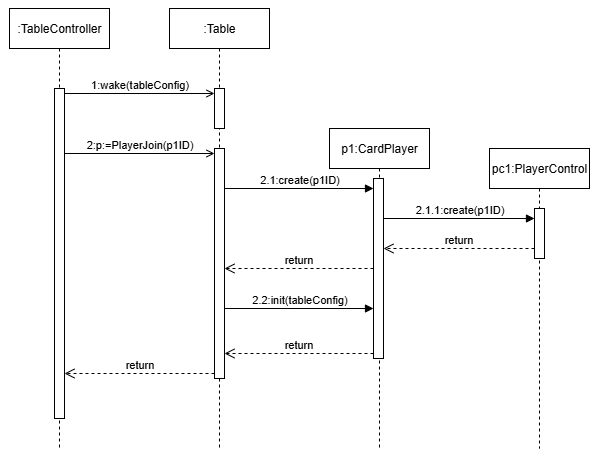
Jerry-Yu-TeslaCoil/Texas-Hold-em keeps this draw.io diagram as src/main/resources/img/InitTable.png. Above is the earlier version. Source tidied: cells renumbered, new cells last; positions are measured from the earlier drawing's top-left corner, leaving out a move shared by most shapes.
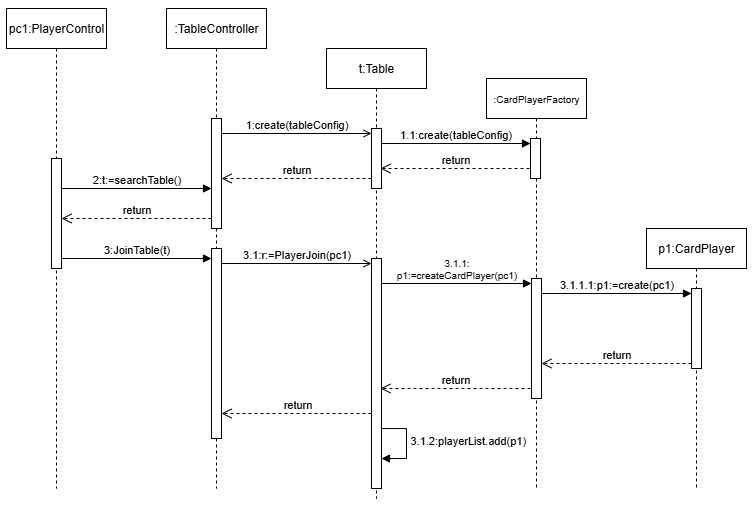
After the commit.

Commit message:
feat: Add CardPlayerFactory, PlayerList remove by controller

Change to the diagram source:
```diff
@@ -2,74 +2,116 @@
   <root>
     <mxCell id="0" />
     <mxCell id="1" parent="0" />
-    <mxCell id="2" value=":Table" style="shape=umlLifeline;perimeter=lifelinePerimeter;whiteSpace=wrap;html=1;newEdgeStyle={&quot;curved&quot;:0,&quot;rounded&quot;:0};size=40;" parent="1" vertex="1">
-      <mxGeometry x="160" width="100" height="440" as="geometry" />
+    <mxCell id="2" value="t:Table" style="shape=umlLifeline;perimeter=lifelinePerimeter;whiteSpace=wrap;html=1;newEdgeStyle={&quot;curved&quot;:0,&quot;rounded&quot;:0};size=40;" parent="1" vertex="1">
+      <mxGeometry x="320" y="40" width="100" height="450" as="geometry" />
     </mxCell>
+    <mxCell id="20" style="html=1;points=[[0,0,0,0,5],[0,1,0,0,-5],[1,0,0,0,5],[1,1,0,0,-5]];perimeter=orthogonalPerimeter;outlineConnect=0;targetShapes=umlLifeline;portConstraint=eastwest;newEdgeStyle={&quot;curved&quot;:0,&quot;rounded&quot;:0};" parent="2" vertex="1">
+      <mxGeometry x="45" y="400" width="10" height="40" as="geometry" />
+    </mxCell>
+    <mxCell id="21" value="3.1.2:playerList.add(p1)" style="html=1;align=left;spacingLeft=2;endArrow=block;rounded=0;edgeStyle=orthogonalEdgeStyle;curved=0;rounded=0;" parent="2" edge="1" target="20">
+      <mxGeometry relative="1" as="geometry">
+        <mxPoint x="50" y="380" as="sourcePoint" />
+        <Array as="points">
+          <mxPoint x="80" y="410" />
+        </Array>
+      </mxGeometry>
+    </mxCell>
     <mxCell id="3" style="html=1;points=[[0,0,0,0,5],[0,1,0,0,-5],[1,0,0,0,5],[1,1,0,0,-5]];perimeter=orthogonalPerimeter;outlineConnect=0;targetShapes=umlLifeline;portConstraint=eastwest;newEdgeStyle={&quot;curved&quot;:0,&quot;rounded&quot;:0};" parent="2" vertex="1">
-      <mxGeometry x="45" y="80" width="10" height="40" as="geometry" />
+      <mxGeometry x="45" y="80" width="10" height="60" as="geometry" />
     </mxCell>
     <mxCell id="4" style="html=1;points=[[0,0,0,0,5],[0,1,0,0,-5],[1,0,0,0,5],[1,1,0,0,-5]];perimeter=orthogonalPerimeter;outlineConnect=0;targetShapes=umlLifeline;portConstraint=eastwest;newEdgeStyle={&quot;curved&quot;:0,&quot;rounded&quot;:0};" parent="2" vertex="1">
-      <mxGeometry x="45" y="140" width="10" height="230" as="geometry" />
+      <mxGeometry x="45" y="210" width="10" height="230" as="geometry" />
     </mxCell>
     <mxCell id="5" value="p1:CardPlayer" style="shape=umlLifeline;perimeter=lifelinePerimeter;whiteSpace=wrap;html=1;newEdgeStyle={&quot;curved&quot;:0,&quot;rounded&quot;:0};" parent="1" vertex="1">
-      <mxGeometry x="320" y="120" width="100" height="320" as="geometry" />
+      <mxGeometry x="640" y="220" width="100" height="260" as="geometry" />
     </mxCell>
-    <mxCell id="6" style="html=1;points=[[0,0,0,0,5],[0,1,0,0,-5],[1,0,0,0,5],[1,1,0,0,-5]];perimeter=orthogonalPerimeter;outlineConnect=0;targetShapes=umlLifeline;portConstraint=eastwest;newEdgeStyle={&quot;curved&quot;:0,&quot;rounded&quot;:0};" parent="5" vertex="1">
-      <mxGeometry x="44" y="50" width="10" height="180" as="geometry" />
-    </mxCell>
+    <mxCell id="22" style="html=1;points=[[0,0,0,0,5],[0,1,0,0,-5],[1,0,0,0,5],[1,1,0,0,-5]];perimeter=orthogonalPerimeter;outlineConnect=0;targetShapes=umlLifeline;portConstraint=eastwest;newEdgeStyle={&quot;curved&quot;:0,&quot;rounded&quot;:0};" parent="5" vertex="1">
+      <mxGeometry x="45" y="60" width="10" height="80" as="geometry" />
+    </mxCell>
     <mxCell id="7" value="pc1:PlayerControl" style="shape=umlLifeline;perimeter=lifelinePerimeter;whiteSpace=wrap;html=1;newEdgeStyle={&quot;curved&quot;:0,&quot;rounded&quot;:0};" parent="1" vertex="1">
-      <mxGeometry x="480" y="140" width="100" height="300" as="geometry" />
+      <mxGeometry width="100" height="480" as="geometry" />
     </mxCell>
     <mxCell id="8" style="html=1;perimeter=orthogonalPerimeter;targetShapes=umlLifeline;newEdgeStyle={&quot;curved&quot;:0,&quot;rounded&quot;:0};" parent="7" vertex="1">
-      <mxGeometry x="45" y="60" width="10" height="50" as="geometry" />
+      <mxGeometry x="45" y="150" width="10" height="110" as="geometry" />
     </mxCell>
     <mxCell id="9" value=":TableController" style="shape=umlLifeline;perimeter=lifelinePerimeter;whiteSpace=wrap;html=1;newEdgeStyle={&quot;curved&quot;:0,&quot;rounded&quot;:0};" parent="1" vertex="1">
-      <mxGeometry width="100" height="440" as="geometry" />
+      <mxGeometry x="160" width="100" height="480" as="geometry" />
     </mxCell>
-    <mxCell id="10" style="html=1;points=[[0,0,0,0,5],[0,1,0,0,-5],[1,0,0,0,5],[1,1,0,0,-5]];perimeter=orthogonalPerimeter;outlineConnect=0;targetShapes=umlLifeline;portConstraint=eastwest;newEdgeStyle={&quot;curved&quot;:0,&quot;rounded&quot;:0};" parent="9" vertex="1">
-      <mxGeometry x="45" y="80" width="10" height="330" as="geometry" />
-    </mxCell>
+    <mxCell id="23" style="html=1;perimeter=orthogonalPerimeter;targetShapes=umlLifeline;newEdgeStyle={&quot;curved&quot;:0,&quot;rounded&quot;:0};" parent="9" vertex="1">
+      <mxGeometry x="45" y="110" width="10" height="110" as="geometry" />
+    </mxCell>
+    <mxCell id="24" style="html=1;points=[[0,0,0,0,5],[0,1,0,0,-5],[1,0,0,0,5],[1,1,0,0,-5]];perimeter=orthogonalPerimeter;outlineConnect=0;targetShapes=umlLifeline;portConstraint=eastwest;newEdgeStyle={&quot;curved&quot;:0,&quot;rounded&quot;:0};" parent="9" vertex="1">
+      <mxGeometry x="45" y="240" width="10" height="190" as="geometry" />
+    </mxCell>
-    <mxCell id="11" value="1:wake(tableConfig)" style="html=1;verticalAlign=bottom;startArrow=none;endArrow=open;startSize=8;curved=0;rounded=0;entryX=0;entryY=0;entryDx=0;entryDy=5;endFill=0;startFill=0;" parent="1" edge="1" source="10" target="3">
-      <mxGeometry relative="1" as="geometry" />
+    <mxCell id="11" value="1:create(tableConfig)" style="html=1;verticalAlign=bottom;startArrow=none;endArrow=open;startSize=8;curved=0;rounded=0;entryX=0;entryY=0;entryDx=0;entryDy=5;endFill=0;startFill=0;" parent="1" edge="1" target="3">
+      <mxGeometry relative="1" as="geometry">
+        <mxPoint x="215" y="125" as="sourcePoint" />
+      </mxGeometry>
     </mxCell>
-    <mxCell id="12" value="2:p:=PlayerJoin(p1ID)" style="html=1;verticalAlign=bottom;endArrow=open;curved=0;rounded=0;entryX=0;entryY=0;entryDx=0;entryDy=5;endFill=0;" parent="1" edge="1" source="10" target="4">
+    <mxCell id="12" value="3.1:r:=PlayerJoin(pc1)" style="html=1;verticalAlign=bottom;endArrow=open;curved=0;rounded=0;entryX=0;entryY=0;entryDx=0;entryDy=5;endFill=0;" parent="1" edge="1" source="24" target="4">
       <mxGeometry relative="1" as="geometry" />
     </mxCell>
-    <mxCell id="13" value="return" style="html=1;verticalAlign=bottom;endArrow=open;dashed=1;endSize=8;curved=0;rounded=0;exitX=0;exitY=1;exitDx=0;exitDy=-5;" parent="1" edge="1" source="4" target="10">
-      <mxGeometry relative="1" as="geometry" />
+    <mxCell id="13" value="return" style="html=1;verticalAlign=bottom;endArrow=open;dashed=1;endSize=8;curved=0;rounded=0;" parent="1" edge="1" source="4">
+      <mxGeometry relative="1" as="geometry">
+        <mxPoint x="215" y="405" as="targetPoint" />
+      </mxGeometry>
     </mxCell>
-    <mxCell id="14" value="2.1:create(p1ID)" style="html=1;verticalAlign=bottom;endArrow=block;curved=0;rounded=0;entryX=0;entryY=0;entryDx=0;entryDy=5;" parent="1" edge="1">
-      <mxGeometry relative="1" as="geometry">
-        <mxPoint x="215" y="180" as="sourcePoint" />
-        <mxPoint x="364" y="180" as="targetPoint" />
-      </mxGeometry>
-    </mxCell>
-    <mxCell id="15" value="return" style="html=1;verticalAlign=bottom;endArrow=open;dashed=1;endSize=8;curved=0;rounded=0;exitX=0;exitY=1;exitDx=0;exitDy=-5;" parent="1" edge="1" source="6" target="4">
-      <mxGeometry relative="1" as="geometry" />
-    </mxCell>
-    <mxCell id="16" value="2.1.1:create(p1ID)" style="html=1;verticalAlign=bottom;endArrow=block;curved=0;rounded=0;entryX=0;entryY=0;entryDx=0;entryDy=5;" parent="1" edge="1">
-      <mxGeometry relative="1" as="geometry">
-        <mxPoint x="374" y="210" as="sourcePoint" />
-        <mxPoint x="525" y="210" as="targetPoint" />
-      </mxGeometry>
-    </mxCell>
-    <mxCell id="17" value="return" style="html=1;verticalAlign=bottom;endArrow=open;dashed=1;endSize=8;curved=0;rounded=0;exitX=0;exitY=1;exitDx=0;exitDy=-5;" parent="1" edge="1">
-      <mxGeometry relative="1" as="geometry">
-        <mxPoint x="525" y="240" as="sourcePoint" />
-        <mxPoint x="374" y="240" as="targetPoint" />
-      </mxGeometry>
-    </mxCell>
-    <mxCell id="18" value="2.2:init(tableConfig)" style="html=1;verticalAlign=bottom;endArrow=block;curved=0;rounded=0;" parent="1" edge="1">
-      <mxGeometry relative="1" as="geometry">
-        <mxPoint x="215" y="300" as="sourcePoint" />
-        <mxPoint x="364" y="300" as="targetPoint" />
-      </mxGeometry>
-    </mxCell>
-    <mxCell id="19" value="return" style="html=1;verticalAlign=bottom;endArrow=open;dashed=1;endSize=8;curved=0;rounded=0;" parent="1" edge="1">
-      <mxGeometry relative="1" as="geometry">
-        <mxPoint x="364" y="260" as="sourcePoint" />
-        <mxPoint x="215" y="260" as="targetPoint" />
-      </mxGeometry>
-    </mxCell>
+    <mxCell id="25" value=":CardPlayerFactory" style="shape=umlLifeline;perimeter=lifelinePerimeter;whiteSpace=wrap;html=1;newEdgeStyle={&quot;curved&quot;:0,&quot;rounded&quot;:0};fontSize=10;" parent="1" vertex="1">
+      <mxGeometry x="480" y="70" width="100" height="410" as="geometry" />
+    </mxCell>
+    <mxCell id="26" style="html=1;points=[[0,0,0,0,5],[0,1,0,0,-5],[1,0,0,0,5],[1,1,0,0,-5]];perimeter=orthogonalPerimeter;outlineConnect=0;targetShapes=umlLifeline;portConstraint=eastwest;newEdgeStyle={&quot;curved&quot;:0,&quot;rounded&quot;:0};" parent="25" vertex="1">
+      <mxGeometry x="44" y="60" width="10" height="40" as="geometry" />
+    </mxCell>
+    <mxCell id="27" style="html=1;points=[[0,0,0,0,5],[0,1,0,0,-5],[1,0,0,0,5],[1,1,0,0,-5]];perimeter=orthogonalPerimeter;outlineConnect=0;targetShapes=umlLifeline;portConstraint=eastwest;newEdgeStyle={&quot;curved&quot;:0,&quot;rounded&quot;:0};" parent="25" vertex="1">
+      <mxGeometry x="45" y="200" width="10" height="120" as="geometry" />
+    </mxCell>
+    <mxCell id="28" value="1.1:create(tableConfig)" style="html=1;verticalAlign=bottom;startArrow=none;endArrow=block;startSize=8;curved=0;rounded=0;entryX=0;entryY=0;entryDx=0;entryDy=5;startFill=0;endFill=1;" parent="1" edge="1" source="3" target="26">
+      <mxGeometry relative="1" as="geometry" />
+    </mxCell>
+    <mxCell id="29" value="3.1.1:&lt;div&gt;p1:&lt;span style=&quot;background-color: light-dark(#ffffff, var(--ge-dark-color, #121212)); color: light-dark(rgb(0, 0, 0), rgb(255, 255, 255));&quot;&gt;=createCardPlayer(pc1)&lt;/span&gt;&lt;/div&gt;" style="html=1;verticalAlign=bottom;startArrow=none;endArrow=block;startSize=8;curved=0;rounded=0;entryX=0;entryY=0;entryDx=0;entryDy=5;startFill=0;fontSize=10;" parent="1" edge="1" source="4" target="27">
+      <mxGeometry relative="1" as="geometry" />
+    </mxCell>
+    <mxCell id="30" value="3:JoinTable(t)" style="html=1;verticalAlign=bottom;startArrow=none;startFill=0;endArrow=block;startSize=8;curved=0;rounded=0;" parent="1" edge="1">
+      <mxGeometry relative="1" as="geometry">
+        <mxPoint x="55" y="250" as="sourcePoint" />
+        <mxPoint x="205" y="250" as="targetPoint" />
+      </mxGeometry>
+    </mxCell>
+    <mxCell id="31" value="return" style="html=1;verticalAlign=bottom;endArrow=open;dashed=1;endSize=8;curved=0;rounded=0;" parent="1" edge="1">
+      <mxGeometry relative="1" as="geometry">
+        <mxPoint x="523" y="160" as="sourcePoint" />
+        <mxPoint x="374" y="160" as="targetPoint" />
+      </mxGeometry>
+    </mxCell>
+    <mxCell id="32" value="return" style="html=1;verticalAlign=bottom;endArrow=open;dashed=1;endSize=8;curved=0;rounded=0;" parent="1" edge="1">
+      <mxGeometry relative="1" as="geometry">
+        <mxPoint x="365" y="170" as="sourcePoint" />
+        <mxPoint x="215" y="170" as="targetPoint" />
+      </mxGeometry>
+    </mxCell>
+    <mxCell id="33" value="2:t:=searchTable()" style="html=1;verticalAlign=bottom;endArrow=block;curved=0;rounded=0;" parent="1" edge="1">
+      <mxGeometry relative="1" as="geometry">
+        <mxPoint x="55" y="180" as="sourcePoint" />
+        <mxPoint x="205" y="180" as="targetPoint" />
+      </mxGeometry>
+    </mxCell>
+    <mxCell id="34" value="return" style="html=1;verticalAlign=bottom;endArrow=open;dashed=1;endSize=8;curved=0;rounded=0;" parent="1" edge="1">
+      <mxGeometry relative="1" as="geometry">
+        <mxPoint x="205" y="210" as="sourcePoint" />
+        <mxPoint x="55" y="210" as="targetPoint" />
+      </mxGeometry>
+    </mxCell>
+    <mxCell id="35" value="3.1.1.1:p1:=create(pc1)" style="html=1;verticalAlign=bottom;endArrow=block;curved=0;rounded=0;entryX=0;entryY=0;entryDx=0;entryDy=5;" parent="1" edge="1" source="27" target="22">
+      <mxGeometry relative="1" as="geometry" />
+    </mxCell>
+    <mxCell id="36" value="return" style="html=1;verticalAlign=bottom;endArrow=open;dashed=1;endSize=8;curved=0;rounded=0;exitX=0;exitY=1;exitDx=0;exitDy=-5;" parent="1" edge="1" source="22" target="27">
+      <mxGeometry relative="1" as="geometry" />
+    </mxCell>
+    <mxCell id="37" value="return" style="html=1;verticalAlign=bottom;endArrow=open;dashed=1;endSize=8;curved=0;rounded=0;" parent="1" edge="1">
+      <mxGeometry relative="1" as="geometry">
+        <mxPoint x="524" y="380" as="sourcePoint" />
+        <mxPoint x="374" y="380" as="targetPoint" />
+      </mxGeometry>
+    </mxCell>
   </root>
 </mxGraphModel>
```
